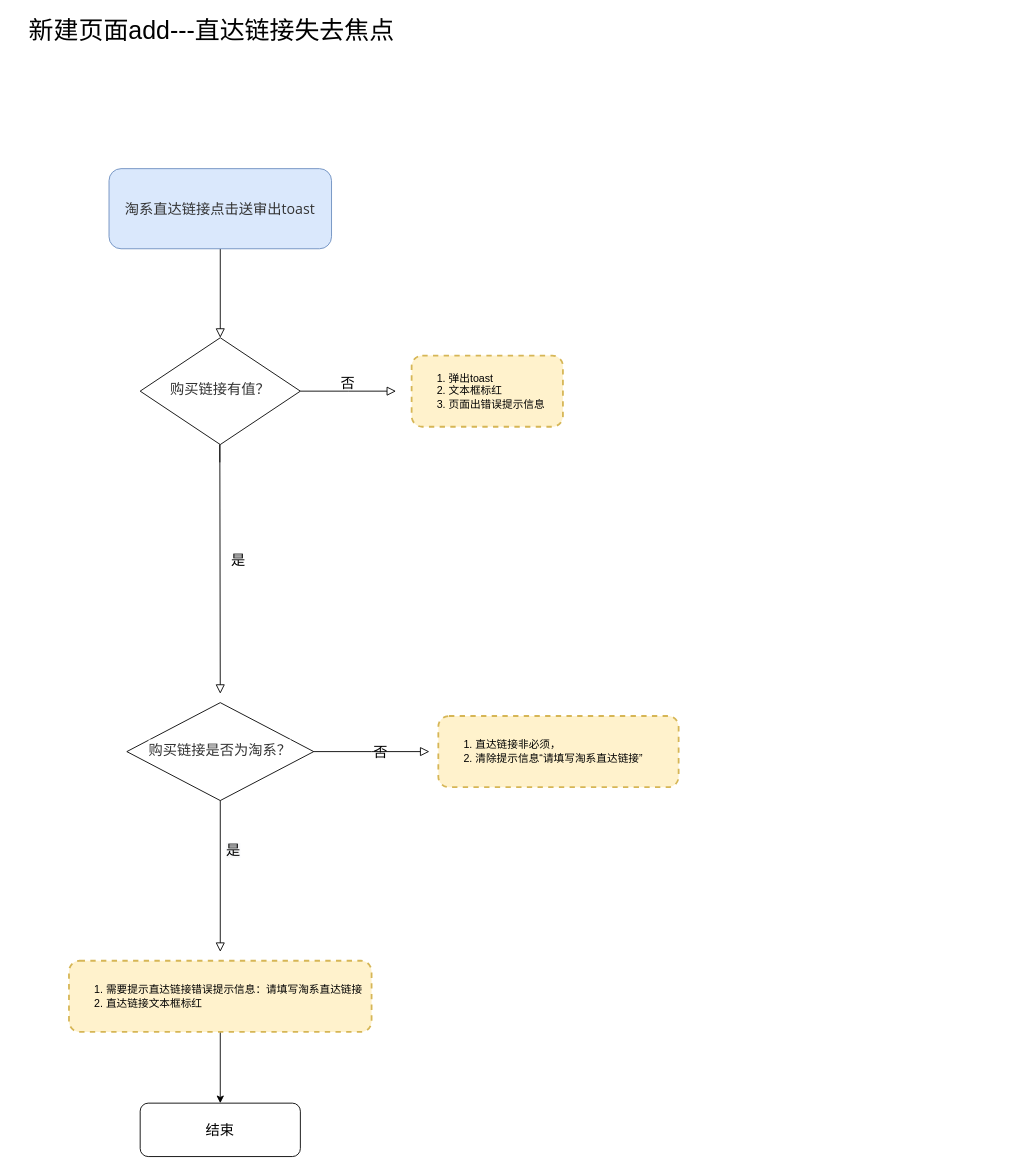
Above: Untitled Diagram.drawio in AnneLau/-algorithm_bubble (draw.io), before the change. Source tidied: cells renumbered, new cells numbered last; positions are measured from the earlier drawing's top-left corner, leaving out a move shared by most shapes. Both pictures are drawn from the tidied source at 89%, with x=0, y=0 at pixel (20, 17).
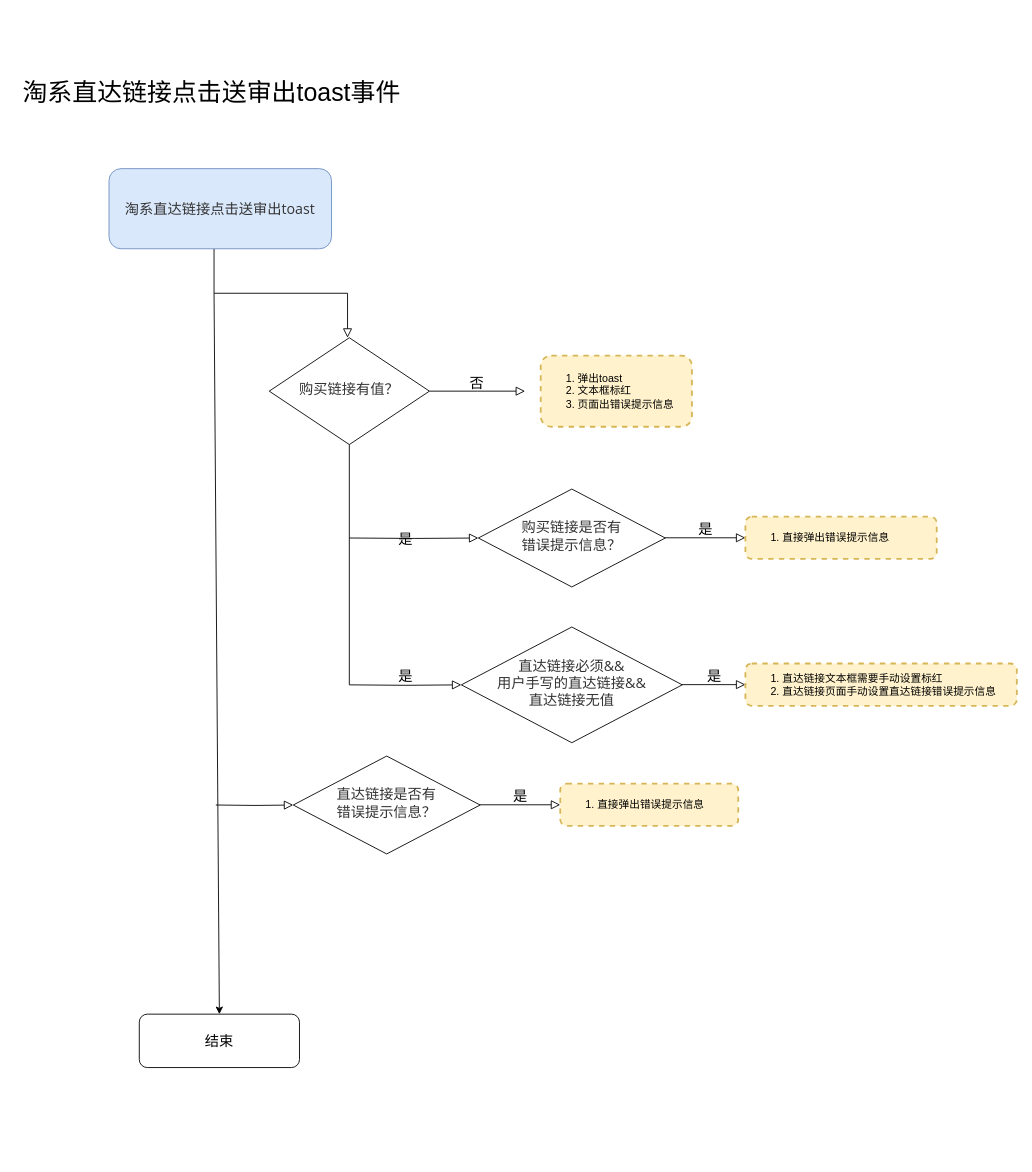
Above is the later version.

Unchanged cells that the change refers to:
```xml
<mxCell id="3" value="&lt;font color=&quot;#333333&quot; face=&quot;open sans, clear sans, helvetica neue, helvetica, arial, sans-serif&quot;&gt;&lt;span style=&quot;font-size: 16px&quot;&gt;淘系直达链接点击送审出toast&lt;/span&gt;&lt;/font&gt;" style="rounded=1;whiteSpace=wrap;html=1;fontSize=12;glass=0;strokeWidth=1;shadow=0;fillColor=#dae8fc;strokeColor=#6c8ebf;" parent="1" vertex="1">
  <mxGeometry x="100" y="170" width="250" height="90" as="geometry" />
</mxCell>
```

The edit, as a diff of the source:
```diff
@@
-    <mxCell id="2" style="rounded=0;html=1;jettySize=auto;fontSize=11;endArrow=block;endFill=0;endSize=8;strokeWidth=1;shadow=0;labelBackgroundColor=none;edgeStyle=orthogonalEdgeStyle;" parent="1" edge="1" source="3" target="5">
-      <mxGeometry relative="1" as="geometry" />
+    <mxCell id="2" style="rounded=0;html=1;jettySize=auto;orthogonalLoop=1;fontSize=11;endArrow=block;endFill=0;endSize=8;strokeWidth=1;shadow=0;labelBackgroundColor=none;edgeStyle=orthogonalEdgeStyle;" parent="1" edge="1">
+      <mxGeometry relative="1" as="geometry">
+        <mxPoint x="218" y="260" as="sourcePoint" />
+        <mxPoint x="368" y="360" as="targetPoint" />
+        <Array as="points">
+          <mxPoint x="218" y="310" />
+          <mxPoint x="368" y="310" />
+        </Array>
+      </mxGeometry>
     </mxCell>
@@
     <mxCell id="4" value="&lt;font style=&quot;font-size: 16px&quot;&gt;否&lt;/font&gt;" style="edgeStyle=orthogonalEdgeStyle;rounded=0;html=1;jettySize=auto;fontSize=11;endArrow=block;endFill=0;endSize=8;strokeWidth=1;shadow=0;labelBackgroundColor=none;" parent="1" edge="1" source="5">
       <mxGeometry y="10" relative="1" as="geometry">
-        <mxPoint x="422.5" y="420" as="targetPoint" />
+        <mxPoint x="567.5" y="420" as="targetPoint" />
       </mxGeometry>
     </mxCell>
     <mxCell id="5" value="&lt;span style=&quot;color: rgb(51 , 51 , 51) ; font-family: &amp;#34;open sans&amp;#34; , &amp;#34;clear sans&amp;#34; , &amp;#34;helvetica neue&amp;#34; , &amp;#34;helvetica&amp;#34; , &amp;#34;arial&amp;#34; , sans-serif ; font-size: 16px ; background-color: rgb(255 , 255 , 255)&quot;&gt;购买链接有值？&lt;/span&gt;" style="rhombus;whiteSpace=wrap;html=1;shadow=0;fontFamily=Helvetica;fontSize=12;align=center;strokeWidth=1;spacing=6;spacingTop=-4;" parent="1" vertex="1">
-      <mxGeometry x="135" y="360" width="180" height="120" as="geometry" />
+      <mxGeometry x="280" y="360" width="180" height="120" as="geometry" />
     </mxCell>
-    <mxCell id="6" value="&lt;font style=&quot;font-size: 28px&quot;&gt;新建页面add---直达链接失去焦点&lt;/font&gt;" style="text;html=1;align=center;verticalAlign=middle;" parent="1" vertex="1">
-      <mxGeometry width="430" height="30" as="geometry" />
+    <mxCell id="6" value="&lt;span style=&quot;font-size: 28px&quot;&gt;淘系直达链接点击送审出toast事件&lt;/span&gt;" style="text;html=1;align=center;verticalAlign=middle;" parent="1" vertex="1">
+      <mxGeometry x="-5" y="70" width="440" height="30" as="geometry" />
     </mxCell>
-    <mxCell id="7" value="&lt;span style=&quot;color: rgb(51 , 51 , 51) ; font-family: &amp;#34;open sans&amp;#34; , &amp;#34;clear sans&amp;#34; , &amp;#34;helvetica neue&amp;#34; , &amp;#34;helvetica&amp;#34; , &amp;#34;arial&amp;#34; , sans-serif ; font-size: 16px ; background-color: rgb(255 , 255 , 255)&quot;&gt;购买链接是否为淘系？&lt;/span&gt;" style="rhombus;whiteSpace=wrap;html=1;shadow=0;fontFamily=Helvetica;fontSize=12;align=center;strokeWidth=1;spacing=6;spacingTop=-4;" parent="1" vertex="1">
-      <mxGeometry x="120" y="770" width="210" height="110" as="geometry" />
+    <mxCell id="7" value="&lt;font color=&quot;#333333&quot; face=&quot;open sans, clear sans, helvetica neue, helvetica, arial, sans-serif&quot;&gt;&lt;span style=&quot;font-size: 16px ; background-color: rgb(255 , 255 , 255)&quot;&gt;购买链接是否有&lt;br&gt;错误提示信息？&lt;/span&gt;&lt;/font&gt;" style="rhombus;whiteSpace=wrap;html=1;shadow=0;fontFamily=Helvetica;fontSize=12;align=center;strokeWidth=1;spacing=6;spacingTop=-4;" parent="1" vertex="1">
+      <mxGeometry x="515" y="530" width="210" height="110" as="geometry" />
     </mxCell>
-    <mxCell id="8" value="&lt;font style=&quot;font-size: 16px&quot;&gt;是&lt;/font&gt;" style="rounded=0;html=1;jettySize=auto;orthogonalLoop=1;fontSize=11;endArrow=block;endFill=0;endSize=8;strokeWidth=1;shadow=0;labelBackgroundColor=none;edgeStyle=orthogonalEdgeStyle;" parent="1" edge="1">
-      <mxGeometry y="20" relative="1" as="geometry">
-        <mxPoint x="224.5" y="500" as="sourcePoint" />
-        <mxPoint x="225" y="760" as="targetPoint" />
-        <Array as="points">
-          <mxPoint x="224.5" y="480" />
-          <mxPoint x="224.5" y="480" />
-        </Array>
-      </mxGeometry>
-    </mxCell>
-    <mxCell id="9" value="&lt;span style=&quot;font-size: 16px&quot;&gt;否&lt;/span&gt;" style="edgeStyle=orthogonalEdgeStyle;rounded=0;html=1;jettySize=auto;fontSize=11;endArrow=block;endFill=0;endSize=8;strokeWidth=1;shadow=0;labelBackgroundColor=none;" parent="1" edge="1" source="7">
+    <mxCell id="9" value="&lt;span style=&quot;font-size: 16px&quot;&gt;是&lt;/span&gt;" style="edgeStyle=orthogonalEdgeStyle;rounded=0;html=1;jettySize=auto;fontSize=11;endArrow=block;endFill=0;endSize=8;strokeWidth=1;shadow=0;labelBackgroundColor=none;entryX=0;entryY=0.5;entryDx=0;entryDy=0;" parent="1" edge="1" source="7" target="11">
       <mxGeometry y="10" relative="1" as="geometry">
-        <mxPoint x="460" y="825" as="targetPoint" />
+        <Array as="points">
+          <mxPoint x="715" y="581" />
+          <mxPoint x="715" y="585" />
+        </Array>
       </mxGeometry>
     </mxCell>
-    <mxCell id="10" style="rounded=0;html=1;jettySize=auto;orthogonalLoop=1;fontSize=11;endArrow=block;endFill=0;endSize=8;strokeWidth=1;shadow=0;labelBackgroundColor=none;edgeStyle=orthogonalEdgeStyle;" parent="1" edge="1">
-      <mxGeometry relative="1" as="geometry">
-        <mxPoint x="225" y="880" as="sourcePoint" />
-        <mxPoint x="225" y="1050" as="targetPoint" />
-        <Array as="points">
-          <mxPoint x="225" y="880" />
-          <mxPoint x="225" y="1040" />
-        </Array>
-      </mxGeometry>
-    </mxCell>
-    <mxCell id="11" value="&lt;blockquote style=&quot;margin: 0 0 0 40px ; border: none ; padding: 0px&quot;&gt;&lt;/blockquote&gt;&lt;blockquote style=&quot;margin: 0 0 0 40px ; border: none ; padding: 0px&quot;&gt;&lt;/blockquote&gt;&lt;blockquote style=&quot;margin: 0 0 0 40px ; border: none ; padding: 0px&quot;&gt;&lt;/blockquote&gt;&lt;div&gt;&lt;ol&gt;&lt;li&gt;直达链接非必须，&lt;/li&gt;&lt;li&gt;清除提示信息“请填写淘系直达链接”&lt;/li&gt;&lt;/ol&gt;&lt;/div&gt;&lt;blockquote style=&quot;margin: 0 0 0 40px ; border: none ; padding: 0px&quot;&gt;&lt;/blockquote&gt;&lt;blockquote style=&quot;margin: 0 0 0 40px ; border: none ; padding: 0px&quot;&gt;&lt;/blockquote&gt;&lt;blockquote style=&quot;margin: 0 0 0 40px ; border: none ; padding: 0px&quot;&gt;&lt;/blockquote&gt;" style="rounded=1;whiteSpace=wrap;html=1;fontSize=12;glass=0;strokeWidth=2;shadow=0;align=left;fillColor=#fff2cc;strokeColor=#d6b656;dashed=1;" parent="1" vertex="1">
-      <mxGeometry x="470" y="785" width="270" height="80" as="geometry" />
+    <mxCell id="11" value="&lt;blockquote style=&quot;margin: 0 0 0 40px ; border: none ; padding: 0px&quot;&gt;&lt;/blockquote&gt;&lt;blockquote style=&quot;margin: 0 0 0 40px ; border: none ; padding: 0px&quot;&gt;&lt;/blockquote&gt;&lt;blockquote style=&quot;margin: 0 0 0 40px ; border: none ; padding: 0px&quot;&gt;&lt;/blockquote&gt;&lt;div&gt;&lt;ol&gt;&lt;li&gt;直接弹出错误提示信息&lt;/li&gt;&lt;/ol&gt;&lt;/div&gt;&lt;blockquote style=&quot;margin: 0 0 0 40px ; border: none ; padding: 0px&quot;&gt;&lt;/blockquote&gt;&lt;blockquote style=&quot;margin: 0 0 0 40px ; border: none ; padding: 0px&quot;&gt;&lt;/blockquote&gt;&lt;blockquote style=&quot;margin: 0 0 0 40px ; border: none ; padding: 0px&quot;&gt;&lt;/blockquote&gt;" style="rounded=1;whiteSpace=wrap;html=1;fontSize=12;glass=0;strokeWidth=2;shadow=0;align=left;fillColor=#fff2cc;strokeColor=#d6b656;dashed=1;" parent="1" vertex="1">
+      <mxGeometry x="815" y="561" width="215" height="47.5" as="geometry" />
     </mxCell>
-    <mxCell id="12" value="&lt;span style=&quot;color: rgb(0, 0, 0); font-family: helvetica; font-size: 16px; font-style: normal; font-weight: 400; letter-spacing: normal; text-align: center; text-indent: 0px; text-transform: none; word-spacing: 0px; background-color: rgb(248, 249, 250); display: inline; float: none;&quot;&gt;是&lt;/span&gt;" style="text;whiteSpace=wrap;html=1;" parent="1" vertex="1">
-      <mxGeometry x="230" y="920" width="40" height="30" as="geometry" />
-    </mxCell>
     <mxCell id="13" value="&lt;blockquote style=&quot;margin: 0 0 0 40px ; border: none ; padding: 0px&quot;&gt;&lt;/blockquote&gt;&lt;blockquote style=&quot;margin: 0 0 0 40px ; border: none ; padding: 0px&quot;&gt;&lt;/blockquote&gt;&lt;blockquote style=&quot;margin: 0 0 0 40px ; border: none ; padding: 0px&quot;&gt;&lt;/blockquote&gt;&lt;div&gt;&lt;div&gt;&lt;ol&gt;&lt;li&gt;弹出toast&lt;/li&gt;&lt;li&gt;&lt;span&gt;文本框标红&lt;/span&gt;&lt;/li&gt;&lt;li&gt;&lt;span&gt;页面出错误提示信息&lt;/span&gt;&lt;/li&gt;&lt;/ol&gt;&lt;/div&gt;&lt;/div&gt;&lt;blockquote style=&quot;margin: 0 0 0 40px ; border: none ; padding: 0px&quot;&gt;&lt;/blockquote&gt;&lt;blockquote style=&quot;margin: 0 0 0 40px ; border: none ; padding: 0px&quot;&gt;&lt;/blockquote&gt;&lt;blockquote style=&quot;margin: 0 0 0 40px ; border: none ; padding: 0px&quot;&gt;&lt;/blockquote&gt;" style="rounded=1;whiteSpace=wrap;html=1;fontSize=12;glass=0;strokeWidth=2;shadow=0;align=left;fillColor=#fff2cc;strokeColor=#d6b656;dashed=1;" parent="1" vertex="1">
-      <mxGeometry x="440" y="380" width="170" height="80" as="geometry" />
+      <mxGeometry x="585" y="380" width="170" height="80" as="geometry" />
     </mxCell>
     <mxCell id="14" value="&lt;font style=&quot;font-size: 16px&quot;&gt;结束&lt;/font&gt;" style="rounded=1;whiteSpace=wrap;html=1;fontSize=12;glass=0;strokeWidth=1;shadow=0;" parent="1" vertex="1">
-      <mxGeometry x="135" y="1220" width="180" height="60" as="geometry" />
+      <mxGeometry x="134" y="1120" width="180" height="60" as="geometry" />
     </mxCell>
-    <mxCell id="15" style="edgeStyle=orthogonalEdgeStyle;rounded=0;jettySize=auto;html=1;" parent="1" edge="1" source="16" target="14">
-      <mxGeometry relative="1" as="geometry" />
-    </mxCell>
-    <mxCell id="16" value="&lt;blockquote style=&quot;margin: 0 0 0 40px ; border: none ; padding: 0px&quot;&gt;&lt;/blockquote&gt;&lt;blockquote style=&quot;margin: 0 0 0 40px ; border: none ; padding: 0px&quot;&gt;&lt;/blockquote&gt;&lt;blockquote style=&quot;margin: 0 0 0 40px ; border: none ; padding: 0px&quot;&gt;&lt;/blockquote&gt;&lt;div&gt;&lt;div&gt;&lt;ol&gt;&lt;li&gt;需要提示直达链接错误提示信息：请填写淘系直达链接&lt;/li&gt;&lt;li&gt;直达链接文本框标红&lt;/li&gt;&lt;/ol&gt;&lt;/div&gt;&lt;/div&gt;&lt;blockquote style=&quot;margin: 0 0 0 40px ; border: none ; padding: 0px&quot;&gt;&lt;/blockquote&gt;&lt;blockquote style=&quot;margin: 0 0 0 40px ; border: none ; padding: 0px&quot;&gt;&lt;/blockquote&gt;&lt;blockquote style=&quot;margin: 0 0 0 40px ; border: none ; padding: 0px&quot;&gt;&lt;/blockquote&gt;" style="rounded=1;whiteSpace=wrap;html=1;fontSize=12;glass=0;strokeWidth=2;shadow=0;align=left;fillColor=#fff2cc;strokeColor=#d6b656;dashed=1;" parent="1" vertex="1">
-      <mxGeometry x="55" y="1060" width="340" height="80" as="geometry" />
-    </mxCell>
+    <mxCell id="17" value="&lt;font style=&quot;font-size: 16px&quot;&gt;是&lt;/font&gt;" style="edgeStyle=orthogonalEdgeStyle;rounded=0;html=1;jettySize=auto;fontSize=11;endArrow=block;endFill=0;endSize=8;strokeWidth=1;shadow=0;labelBackgroundColor=none;entryX=0;entryY=0.5;entryDx=0;entryDy=0;" parent="1" edge="1" target="7">
+      <mxGeometry y="10" relative="1" as="geometry">
+        <mxPoint x="370" y="585" as="sourcePoint" />
+      </mxGeometry>
+    </mxCell>
+    <mxCell id="18" value="&lt;font style=&quot;font-size: 16px&quot;&gt;是&lt;/font&gt;" style="edgeStyle=orthogonalEdgeStyle;rounded=0;html=1;jettySize=auto;fontSize=11;endArrow=block;endFill=0;endSize=8;strokeWidth=1;shadow=0;labelBackgroundColor=none;entryX=0;entryY=0.5;entryDx=0;entryDy=0;" parent="1" edge="1" target="19">
+      <mxGeometry y="10" relative="1" as="geometry">
+        <mxPoint x="370" y="750" as="sourcePoint" />
+      </mxGeometry>
+    </mxCell>
+    <mxCell id="19" value="&lt;span style=&quot;color: rgb(51 , 51 , 51) ; font-family: &amp;#34;open sans&amp;#34; , &amp;#34;clear sans&amp;#34; , &amp;#34;helvetica neue&amp;#34; , &amp;#34;helvetica&amp;#34; , &amp;#34;arial&amp;#34; , sans-serif ; font-size: 16px ; font-style: normal ; font-weight: normal ; letter-spacing: normal ; text-indent: 0px ; text-transform: none ; word-spacing: 0px ; background-color: rgb(255 , 255 , 255) ; text-decoration: none ; display: inline ; float: none&quot;&gt;直达链接必须&amp;amp;&amp;amp;&lt;br&gt;用户手写的直达链接&amp;amp;&amp;amp;&lt;br&gt;直达链接无值&lt;/span&gt;" style="rhombus;whiteSpace=wrap;html=1;shadow=0;fontFamily=Helvetica;fontSize=12;align=center;strokeWidth=1;spacing=6;spacingTop=-4;" parent="1" vertex="1">
+      <mxGeometry x="495.9" y="685" width="248.2" height="130" as="geometry" />
+    </mxCell>
+    <mxCell id="20" value="&lt;span style=&quot;font-size: 16px&quot;&gt;是&lt;/span&gt;" style="edgeStyle=orthogonalEdgeStyle;rounded=0;html=1;jettySize=auto;fontSize=11;endArrow=block;endFill=0;endSize=8;strokeWidth=1;shadow=0;labelBackgroundColor=none;entryX=0;entryY=0.5;entryDx=0;entryDy=0;" parent="1" edge="1" source="19" target="21">
+      <mxGeometry y="10" relative="1" as="geometry">
+        <Array as="points">
+          <mxPoint x="715" y="746" />
+          <mxPoint x="715" y="750" />
+        </Array>
+      </mxGeometry>
+    </mxCell>
+    <mxCell id="21" value="&lt;blockquote style=&quot;margin: 0 0 0 40px ; border: none ; padding: 0px&quot;&gt;&lt;/blockquote&gt;&lt;blockquote style=&quot;margin: 0 0 0 40px ; border: none ; padding: 0px&quot;&gt;&lt;/blockquote&gt;&lt;blockquote style=&quot;margin: 0 0 0 40px ; border: none ; padding: 0px&quot;&gt;&lt;/blockquote&gt;&lt;div&gt;&lt;ol&gt;&lt;li&gt;直达链接文本框需要手动设置标红&lt;/li&gt;&lt;li&gt;直达链接页面手动设置直达链接错误提示信息&lt;/li&gt;&lt;/ol&gt;&lt;/div&gt;&lt;blockquote style=&quot;margin: 0 0 0 40px ; border: none ; padding: 0px&quot;&gt;&lt;/blockquote&gt;&lt;blockquote style=&quot;margin: 0 0 0 40px ; border: none ; padding: 0px&quot;&gt;&lt;/blockquote&gt;&lt;blockquote style=&quot;margin: 0 0 0 40px ; border: none ; padding: 0px&quot;&gt;&lt;/blockquote&gt;" style="rounded=1;whiteSpace=wrap;html=1;fontSize=12;glass=0;strokeWidth=2;shadow=0;align=left;fillColor=#fff2cc;strokeColor=#d6b656;dashed=1;" parent="1" vertex="1">
+      <mxGeometry x="815" y="726" width="305" height="47.5" as="geometry" />
+    </mxCell>
+    <mxCell id="22" style="edgeStyle=orthogonalEdgeStyle;rounded=0;html=1;jettySize=auto;fontSize=11;endArrow=block;endFill=0;endSize=8;strokeWidth=1;shadow=0;labelBackgroundColor=none;entryX=0;entryY=0.5;entryDx=0;entryDy=0;" parent="1" edge="1" target="23">
+      <mxGeometry y="10" relative="1" as="geometry">
+        <mxPoint x="220" y="885" as="sourcePoint" />
+      </mxGeometry>
+    </mxCell>
+    <mxCell id="23" value="&lt;font color=&quot;#333333&quot; face=&quot;open sans, clear sans, helvetica neue, helvetica, arial, sans-serif&quot;&gt;&lt;span style=&quot;font-size: 16px ; background-color: rgb(255 , 255 , 255)&quot;&gt;直达链接是否有&lt;br&gt;错误提示信息？&lt;/span&gt;&lt;/font&gt;" style="rhombus;whiteSpace=wrap;html=1;shadow=0;fontFamily=Helvetica;fontSize=12;align=center;strokeWidth=1;spacing=6;spacingTop=-4;" parent="1" vertex="1">
+      <mxGeometry x="307" y="830" width="210" height="110" as="geometry" />
+    </mxCell>
+    <mxCell id="24" value="&lt;span style=&quot;font-size: 16px&quot;&gt;是&lt;/span&gt;" style="edgeStyle=orthogonalEdgeStyle;rounded=0;html=1;jettySize=auto;fontSize=11;endArrow=block;endFill=0;endSize=8;strokeWidth=1;shadow=0;labelBackgroundColor=none;entryX=0;entryY=0.5;entryDx=0;entryDy=0;" parent="1" edge="1" source="23" target="25">
+      <mxGeometry y="10" relative="1" as="geometry">
+        <Array as="points">
+          <mxPoint x="507" y="881" />
+          <mxPoint x="507" y="885" />
+        </Array>
+      </mxGeometry>
+    </mxCell>
+    <mxCell id="25" value="&lt;blockquote style=&quot;margin: 0 0 0 40px ; border: none ; padding: 0px&quot;&gt;&lt;/blockquote&gt;&lt;blockquote style=&quot;margin: 0 0 0 40px ; border: none ; padding: 0px&quot;&gt;&lt;/blockquote&gt;&lt;blockquote style=&quot;margin: 0 0 0 40px ; border: none ; padding: 0px&quot;&gt;&lt;/blockquote&gt;&lt;div&gt;&lt;ol&gt;&lt;li&gt;直接弹出错误提示信息&lt;/li&gt;&lt;/ol&gt;&lt;/div&gt;&lt;blockquote style=&quot;margin: 0 0 0 40px ; border: none ; padding: 0px&quot;&gt;&lt;/blockquote&gt;&lt;blockquote style=&quot;margin: 0 0 0 40px ; border: none ; padding: 0px&quot;&gt;&lt;/blockquote&gt;&lt;blockquote style=&quot;margin: 0 0 0 40px ; border: none ; padding: 0px&quot;&gt;&lt;/blockquote&gt;" style="rounded=1;whiteSpace=wrap;html=1;fontSize=12;glass=0;strokeWidth=2;shadow=0;align=left;fillColor=#fff2cc;strokeColor=#d6b656;dashed=1;" parent="1" vertex="1">
+      <mxGeometry x="607" y="861" width="200" height="47.5" as="geometry" />
+    </mxCell>
+    <mxCell id="26" style="endArrow=classic;html=1;entryX=0.5;entryY=0;entryDx=0;entryDy=0;" parent="1" edge="1" target="14">
+      <mxGeometry relative="1" as="geometry">
+        <mxPoint x="218" y="310" as="sourcePoint" />
+      </mxGeometry>
+    </mxCell>
+    <mxCell id="27" style="endArrow=none;html=1;entryX=0.5;entryY=1;entryDx=0;entryDy=0;" parent="1" edge="1" target="5">
+      <mxGeometry relative="1" as="geometry">
+        <mxPoint x="370" y="750" as="sourcePoint" />
+      </mxGeometry>
+    </mxCell>
```
